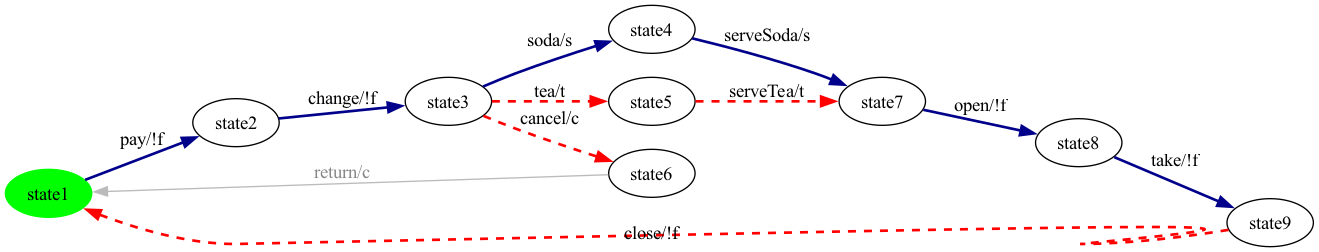
Before: milestone-reports/per-product-all-states/SVM/SVM-product10-walk.png, a diagram exported from Graphviz (dilekozturk93/vibes). Its source is kept beside it as milestone-reports/per-product-all-states/SVM/SVM-product10-walk.dot.
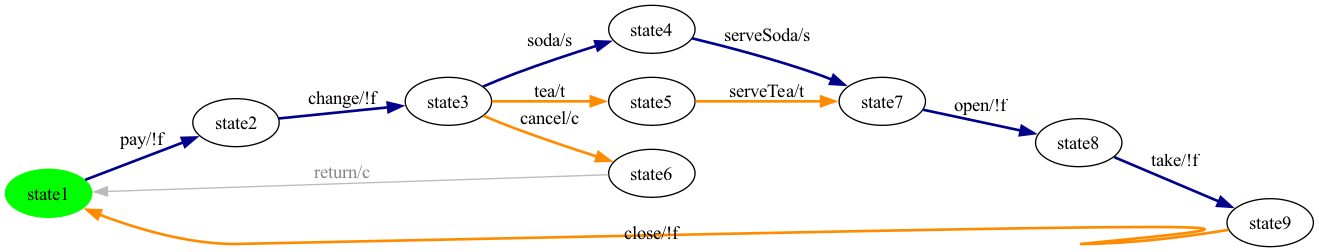
After the change.

The edit, as a diff of the source:
```diff
@@ -9,15 +9,15 @@
 state6 [ label = "state2" ];
 state7 [ label = "state4" ];
 state8 [ label = "state3" ];
-state1 -> state0 [ label=" close/!f ", style=dashed, color=red, penwidth=2 ];
+state1 -> state0 [ label=" close/!f ", style=bold, color=darkorange, penwidth=2 ];
 state7 -> state5 [ label=" serveSoda/s ", style=bold, color=darkblue, penwidth=2 ];
-state3 -> state5 [ label=" serveTea/t ", style=dashed, color=red, penwidth=2 ];
+state3 -> state5 [ label=" serveTea/t ", style=bold, color=darkorange, penwidth=2 ];
 state6 -> state8 [ label=" change/!f ", style=bold, color=darkblue, penwidth=2 ];
 state4 -> state1 [ label=" take/!f ", style=bold, color=darkblue, penwidth=2 ];
 state0 -> state6 [ label=" pay/!f ", style=bold, color=darkblue, penwidth=2 ];
-state8 -> state2 [ label=" cancel/c ", style=dashed, color=red, penwidth=2 ];
+state8 -> state2 [ label=" cancel/c ", style=bold, color=darkorange, penwidth=2 ];
 state5 -> state4 [ label=" open/!f ", style=bold, color=darkblue, penwidth=2 ];
 state2 -> state0 [ label=" return/c ", color="#bbbbbb", fontcolor="#888888" ];
-state8 -> state3 [ label=" tea/t ", style=dashed, color=red, penwidth=2 ];
+state8 -> state3 [ label=" tea/t ", style=bold, color=darkorange, penwidth=2 ];
 state8 -> state7 [ label=" soda/s ", style=bold, color=darkblue, penwidth=2 ];
 }
```
